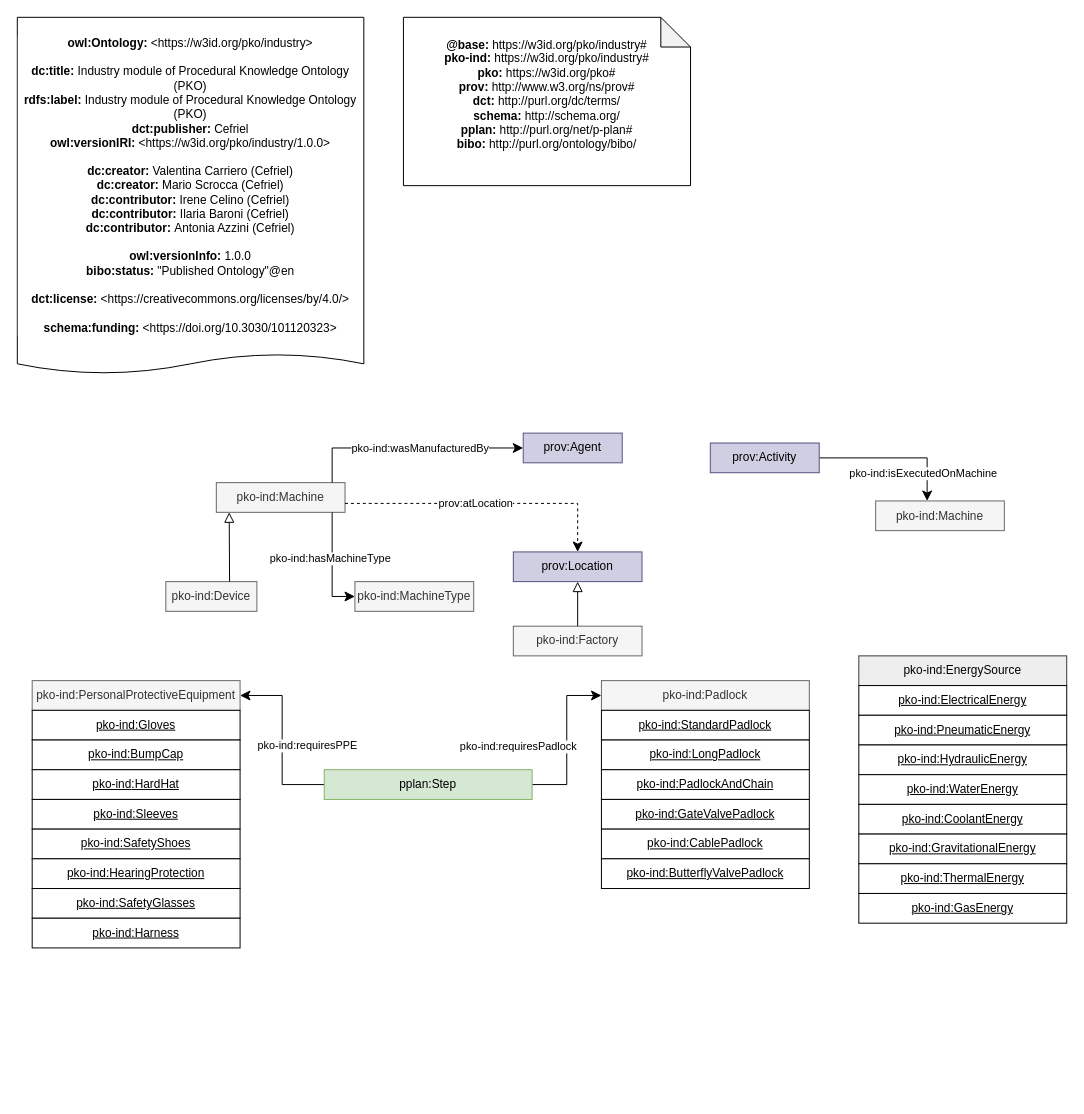
perks-project/pk-ontology keeps this draw.io diagram as ontology/pko-ind.drawio. Above is the earlier version. Source tidied: cells renumbered, new cells numbered last; positions are measured from the earlier drawing's top-left corner, leaving out a move shared by most shapes. Both pictures are drawn from the tidied source at 99%, with x=0, y=0 at pixel (17, 17).
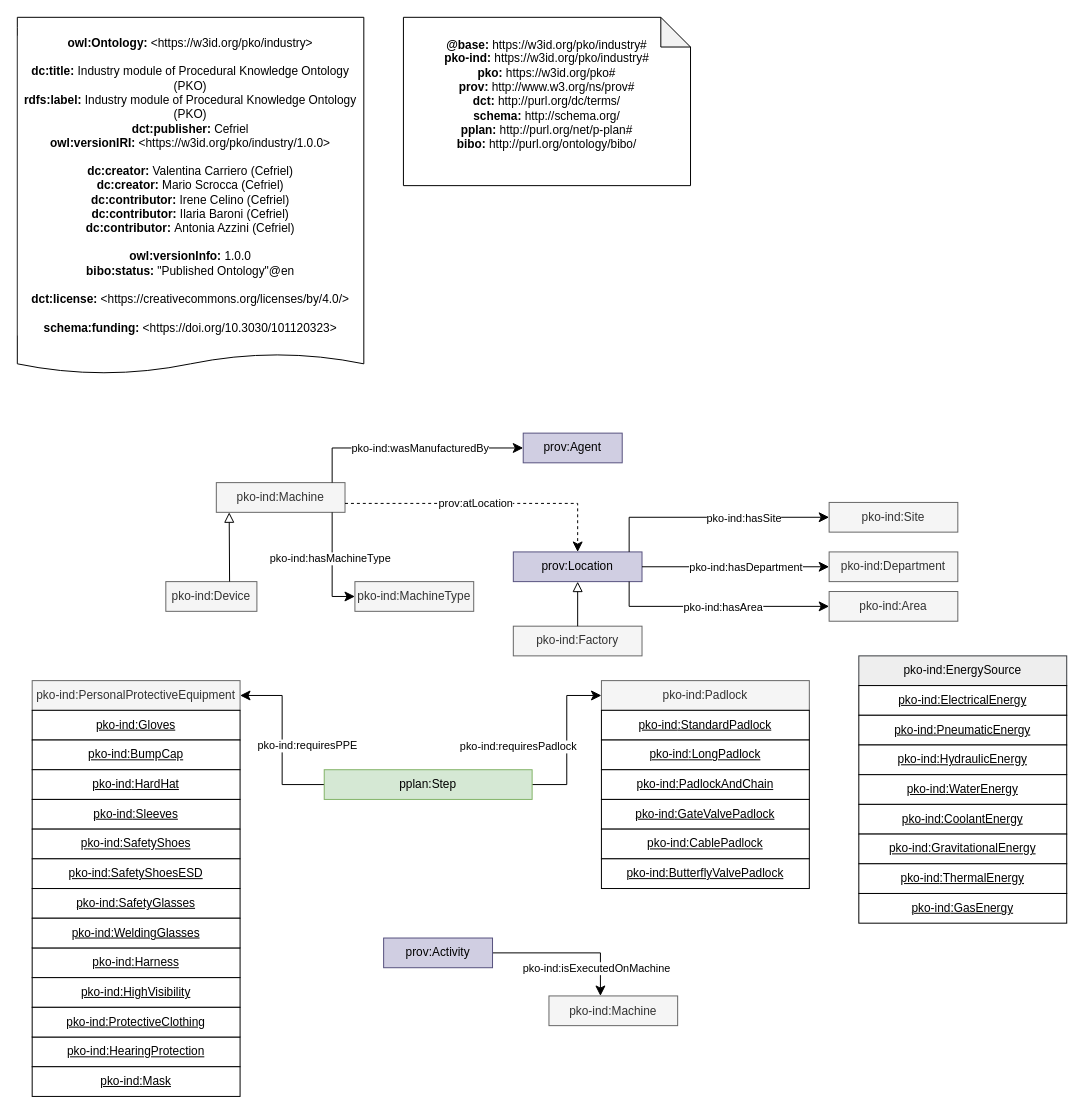
The same page after the edit.

Commit message (it also covers changes not shown here):
new named individuals, properties and classes

new individuals for personal protective equipment
new properties and classes for site, department and area

Unchanged cells that the change refers to:
```xml
<mxCell id="6" value="prov:Location" style="rounded=0;whiteSpace=wrap;html=1;snapToPoint=1;points=[[0.1,0],[0.2,0],[0.3,0],[0.4,0],[0.5,0],[0.6,0],[0.7,0],[0.8,0],[0.9,0],[0,0.1],[0,0.3],[0,0.5],[0,0.7],[0,0.9],[0.1,1],[0.2,1],[0.3,1],[0.4,1],[0.5,1],[0.6,1],[0.7,1],[0.8,1],[0.9,1],[1,0.1],[1,0.3],[1,0.5],[1,0.7],[1,0.9]];fillColor=#d0cee2;strokeColor=#56517e;" parent="1" vertex="1">
  <mxGeometry x="501" y="540" width="130" height="30" as="geometry" />
</mxCell>
```

The edit, as a diff of the source:
```diff
@@
     <mxCell id="24" value="&lt;u style=&quot;border-color: var(--border-color);&quot;&gt;pko-ind&lt;/u&gt;&lt;u&gt;:HearingProtection&lt;/u&gt;" style="rounded=0;whiteSpace=wrap;html=1;" parent="1" vertex="1">
-      <mxGeometry x="15" y="850" width="210" height="30" as="geometry" />
+      <mxGeometry x="15" y="1030" width="210" height="30" as="geometry" />
     </mxCell>
@@
     <mxCell id="28" value="&lt;u style=&quot;border-color: var(--border-color);&quot;&gt;pko-ind&lt;/u&gt;&lt;u&gt;:Harness&lt;/u&gt;" style="rounded=0;whiteSpace=wrap;html=1;" parent="1" vertex="1">
-      <mxGeometry x="15" y="910" width="210" height="30" as="geometry" />
+      <mxGeometry x="15" y="940" width="210" height="30" as="geometry" />
     </mxCell>
@@
     <mxCell id="48" value="pko-ind:Machine" style="rounded=0;whiteSpace=wrap;html=1;snapToPoint=1;points=[[0.1,0],[0.2,0],[0.3,0],[0.4,0],[0.5,0],[0.6,0],[0.7,0],[0.8,0],[0.9,0],[0,0.1],[0,0.3],[0,0.5],[0,0.7],[0,0.9],[0.1,1],[0.2,1],[0.3,1],[0.4,1],[0.5,1],[0.6,1],[0.7,1],[0.8,1],[0.9,1],[1,0.1],[1,0.3],[1,0.5],[1,0.7],[1,0.9]];fillColor=#f5f5f5;strokeColor=#666666;fontColor=#333333;" parent="1" vertex="1">
-      <mxGeometry x="867" y="488.5" width="130" height="30" as="geometry" />
+      <mxGeometry x="537" y="988.5" width="130" height="30" as="geometry" />
     </mxCell>
@@
     <mxCell id="51" value="prov:Activity" style="rounded=0;whiteSpace=wrap;html=1;snapToPoint=1;points=[[0.1,0],[0.2,0],[0.3,0],[0.4,0],[0.5,0],[0.6,0],[0.7,0],[0.8,0],[0.9,0],[0,0.1],[0,0.3],[0,0.5],[0,0.7],[0,0.9],[0.1,1],[0.2,1],[0.3,1],[0.4,1],[0.5,1],[0.6,1],[0.7,1],[0.8,1],[0.9,1],[1,0.1],[1,0.3],[1,0.5],[1,0.7],[1,0.9]];fillColor=#d0cee2;strokeColor=#56517e;" parent="1" vertex="1">
-      <mxGeometry x="700" y="430" width="110" height="30" as="geometry" />
+      <mxGeometry x="370" y="930" width="110" height="30" as="geometry" />
     </mxCell>
+    <mxCell id="52" value="&lt;u style=&quot;border-color: var(--border-color);&quot;&gt;pko-ind&lt;/u&gt;&lt;u&gt;:SafetyShoesESD&lt;/u&gt;" style="rounded=0;whiteSpace=wrap;html=1;" parent="1" vertex="1">
+      <mxGeometry x="15" y="850" width="210" height="30" as="geometry" />
+    </mxCell>
+    <mxCell id="53" value="&lt;u style=&quot;border-color: var(--border-color);&quot;&gt;pko-ind&lt;/u&gt;&lt;u&gt;:WeldingGlasses&lt;/u&gt;" style="rounded=0;whiteSpace=wrap;html=1;" parent="1" vertex="1">
+      <mxGeometry x="15" y="910" width="210" height="30" as="geometry" />
+    </mxCell>
+    <mxCell id="54" value="&lt;u style=&quot;border-color: var(--border-color);&quot;&gt;pko-ind&lt;/u&gt;&lt;u&gt;:HighVisibility&lt;/u&gt;" style="rounded=0;whiteSpace=wrap;html=1;" parent="1" vertex="1">
+      <mxGeometry x="15" y="970" width="210" height="30" as="geometry" />
+    </mxCell>
+    <mxCell id="55" value="&lt;u style=&quot;border-color: var(--border-color);&quot;&gt;pko-ind&lt;/u&gt;&lt;u&gt;:ProtectiveClothing&lt;/u&gt;" style="rounded=0;whiteSpace=wrap;html=1;" parent="1" vertex="1">
+      <mxGeometry x="15" y="1000" width="210" height="30" as="geometry" />
+    </mxCell>
+    <mxCell id="56" value="&lt;u style=&quot;border-color: var(--border-color);&quot;&gt;pko-ind&lt;/u&gt;&lt;u&gt;:Mask&lt;/u&gt;" style="rounded=0;whiteSpace=wrap;html=1;" parent="1" vertex="1">
+      <mxGeometry x="15" y="1060" width="210" height="30" as="geometry" />
+    </mxCell>
+    <mxCell id="57" value="pko-ind:Department" style="rounded=0;whiteSpace=wrap;html=1;snapToPoint=1;points=[[0.1,0],[0.2,0],[0.3,0],[0.4,0],[0.5,0],[0.6,0],[0.7,0],[0.8,0],[0.9,0],[0,0.1],[0,0.3],[0,0.5],[0,0.7],[0,0.9],[0.1,1],[0.2,1],[0.3,1],[0.4,1],[0.5,1],[0.6,1],[0.7,1],[0.8,1],[0.9,1],[1,0.1],[1,0.3],[1,0.5],[1,0.7],[1,0.9]];fillColor=#f5f5f5;strokeColor=#666666;fontColor=#333333;" parent="1" vertex="1">
+      <mxGeometry x="820" y="540" width="130" height="30" as="geometry" />
+    </mxCell>
+    <mxCell id="58" value="pko-ind:Site" style="rounded=0;whiteSpace=wrap;html=1;snapToPoint=1;points=[[0.1,0],[0.2,0],[0.3,0],[0.4,0],[0.5,0],[0.6,0],[0.7,0],[0.8,0],[0.9,0],[0,0.1],[0,0.3],[0,0.5],[0,0.7],[0,0.9],[0.1,1],[0.2,1],[0.3,1],[0.4,1],[0.5,1],[0.6,1],[0.7,1],[0.8,1],[0.9,1],[1,0.1],[1,0.3],[1,0.5],[1,0.7],[1,0.9]];fillColor=#f5f5f5;strokeColor=#666666;fontColor=#333333;" parent="1" vertex="1">
+      <mxGeometry x="820" y="490" width="130" height="30" as="geometry" />
+    </mxCell>
+    <mxCell id="59" value="pko-ind:Area" style="rounded=0;whiteSpace=wrap;html=1;snapToPoint=1;points=[[0.1,0],[0.2,0],[0.3,0],[0.4,0],[0.5,0],[0.6,0],[0.7,0],[0.8,0],[0.9,0],[0,0.1],[0,0.3],[0,0.5],[0,0.7],[0,0.9],[0.1,1],[0.2,1],[0.3,1],[0.4,1],[0.5,1],[0.6,1],[0.7,1],[0.8,1],[0.9,1],[1,0.1],[1,0.3],[1,0.5],[1,0.7],[1,0.9]];fillColor=#f5f5f5;strokeColor=#666666;fontColor=#333333;" parent="1" vertex="1">
+      <mxGeometry x="820" y="580" width="130" height="30" as="geometry" />
+    </mxCell>
+    <mxCell id="60" style="endArrow=classic;html=1;exitX=0.9;exitY=0;exitDx=0;exitDy=0;endSize=8;arcSize=0;rounded=0;edgeStyle=orthogonalEdgeStyle;entryX=0;entryY=0.5;entryDx=0;entryDy=0;fillColor=#e51400;strokeColor=#000000;" parent="1" edge="1" source="6" target="58">
+      <mxGeometry relative="1" as="geometry">
+        <Array as="points">
+          <mxPoint x="618" y="505" />
+        </Array>
+      </mxGeometry>
+    </mxCell>
+    <mxCell id="61" value="&lt;div&gt;pko-ind:hasSite&lt;/div&gt;" style="edgeLabel;html=1;align=center;verticalAlign=middle;" parent="60" vertex="1">
+      <mxGeometry x="-0.19" y="-1" relative="1" as="geometry">
+        <mxPoint x="54" y="-1" as="offset" />
+      </mxGeometry>
+    </mxCell>
+    <mxCell id="62" style="endArrow=classic;html=1;exitX=1;exitY=0.5;exitDx=0;exitDy=0;endSize=8;arcSize=0;rounded=0;edgeStyle=orthogonalEdgeStyle;entryX=0;entryY=0.5;entryDx=0;entryDy=0;fillColor=#e51400;strokeColor=#000000;" parent="1" edge="1" source="6" target="57">
+      <mxGeometry relative="1" as="geometry">
+        <Array as="points">
+          <mxPoint x="820" y="555" />
+          <mxPoint x="820" y="555" />
+        </Array>
+      </mxGeometry>
+    </mxCell>
+    <mxCell id="63" value="&lt;div&gt;pko-ind:hasDepartment&lt;/div&gt;" style="edgeLabel;html=1;align=center;verticalAlign=middle;" parent="62" vertex="1">
+      <mxGeometry x="-0.19" y="-1" relative="1" as="geometry">
+        <mxPoint x="27" y="-1" as="offset" />
+      </mxGeometry>
+    </mxCell>
+    <mxCell id="64" style="endArrow=classic;html=1;exitX=0.9;exitY=1;exitDx=0;exitDy=0;endSize=8;arcSize=0;rounded=0;edgeStyle=orthogonalEdgeStyle;entryX=0;entryY=0.5;entryDx=0;entryDy=0;fillColor=#e51400;strokeColor=#000000;" parent="1" edge="1" source="6" target="59">
+      <mxGeometry relative="1" as="geometry">
+        <Array as="points">
+          <mxPoint x="618" y="595" />
+        </Array>
+      </mxGeometry>
+    </mxCell>
+    <mxCell id="65" value="&lt;div&gt;pko-ind:hasArea&lt;/div&gt;" style="edgeLabel;html=1;align=center;verticalAlign=middle;" parent="64" vertex="1">
+      <mxGeometry x="-0.19" y="-1" relative="1" as="geometry">
+        <mxPoint x="27" y="-1" as="offset" />
+      </mxGeometry>
+    </mxCell>
```
